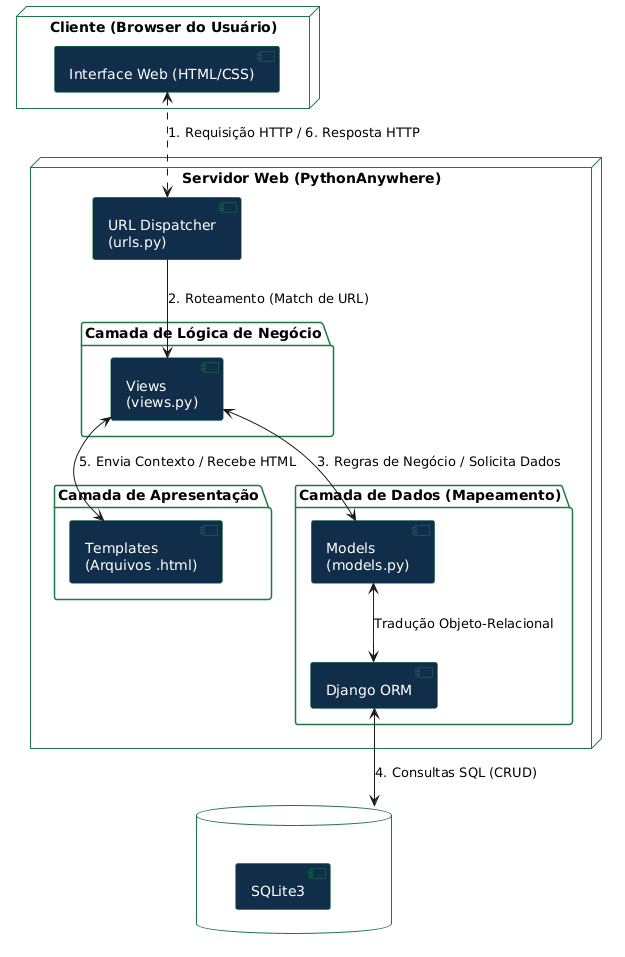
Before: docs/documentos/Documento de Arquitetura/Diagramas/SIGESPORTE - DIAGRAMA DE ARQUITETURA.png, a diagram exported from PlantUML (FGA0138-MDS-Ajax/2026.1-T01-Dijkstra).
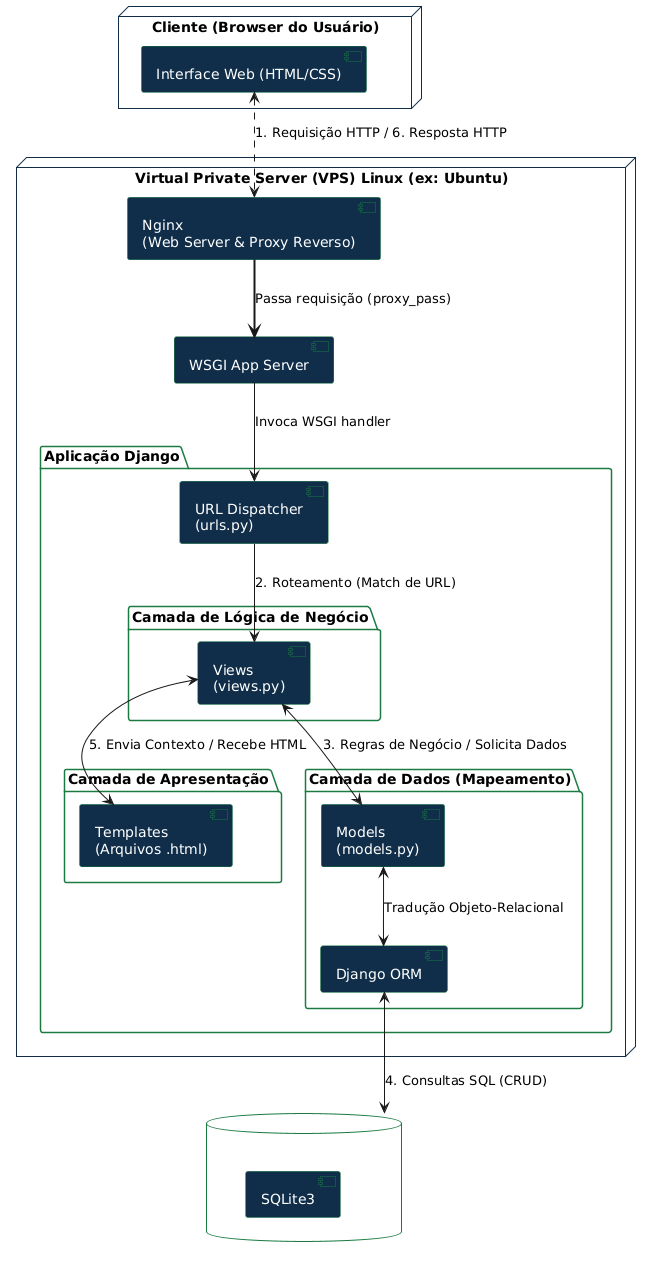
The same file after the commit.

Commit message:
ata e documento de arquitetura + diagramas

Diff of the diagram source:
```diff
@@ -13,25 +13,33 @@
 skinparam databaseBorderColor DARKBLUE
 skinparam packageBackgroundColor transparent
 skinparam packageBorderColor GREEN
+skinparam nodeBackgroundColor WHITE
+skinparam nodeBorderColor DARKBLUE
 
 node "Cliente (Browser do Usuário)" as Client {
     [Interface Web (HTML/CSS)] as UI
 }
 
-node "Servidor Web (PythonAnywhere)" as Server {
-    [URL Dispatcher\n(urls.py)] as URLs
+node "Virtual Private Server (VPS) Linux (ex: Ubuntu)" as VPS {
 
-    package "Camada de Apresentação" {
-        [Templates\n(Arquivos .html)] as Template
-    }
+    [Nginx\n(Web Server & Proxy Reverso)] as Nginx
+    [WSGI App Server] as Gunicorn
 
-    package "Camada de Lógica de Negócio" {
-        [Views\n(views.py)] as View
-    }
+    package "Aplicação Django" as DjangoApp {
+        [URL Dispatcher\n(urls.py)] as URLs
 
-    package "Camada de Dados (Mapeamento)" {
-        [Models\n(models.py)] as Model
-        [Django ORM] as ORM
+        package "Camada de Apresentação" {
+            [Templates\n(Arquivos .html)] as Template
+        }
+
+        package "Camada de Lógica de Negócio" {
+            [Views\n(views.py)] as View
+        }
+
+        package "Camada de Dados (Mapeamento)" {
+            [Models\n(models.py)] as Model
+            [Django ORM] as ORM
+        }
     }
 }
 
@@ -39,7 +47,13 @@
     [SQLite3]
 }
 
-UI <..> URLs : "1. Requisição HTTP / 6. Resposta HTTP"
+
+UI <..> Nginx : "1. Requisição HTTP / 6. Resposta HTTP"
+
+Nginx ==> Gunicorn : "Passa requisição (proxy_pass)"
+
+Gunicorn --> URLs : "Invoca WSGI handler"
+
 URLs --> View : "2. Roteamento (Match de URL)"
 View <--> Model : "3. Regras de Negócio / Solicita Dados"
 Model <--> ORM : "Tradução Objeto-Relacional"
```
